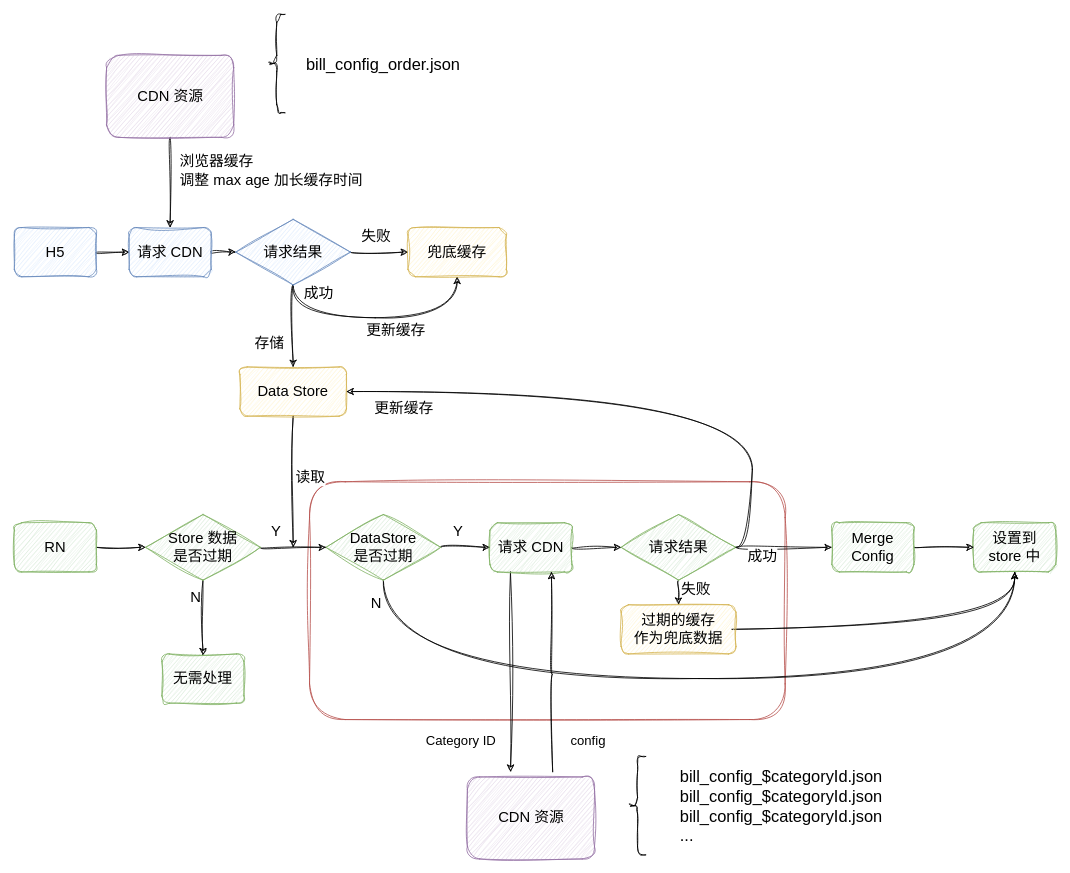
This is page "缓存优化" (10 of 12) of CDN优化.drawio from Darkindom/draw-the-diagrams, a draw.io file, before an edit. Source tidied: cells renumbered, new cells numbered last; positions are measured from the earlier drawing's top-left corner, leaving out a move shared by most shapes. Both pictures are drawn from the tidied source at 82%, with x=0, y=0 at pixel (14, 14).
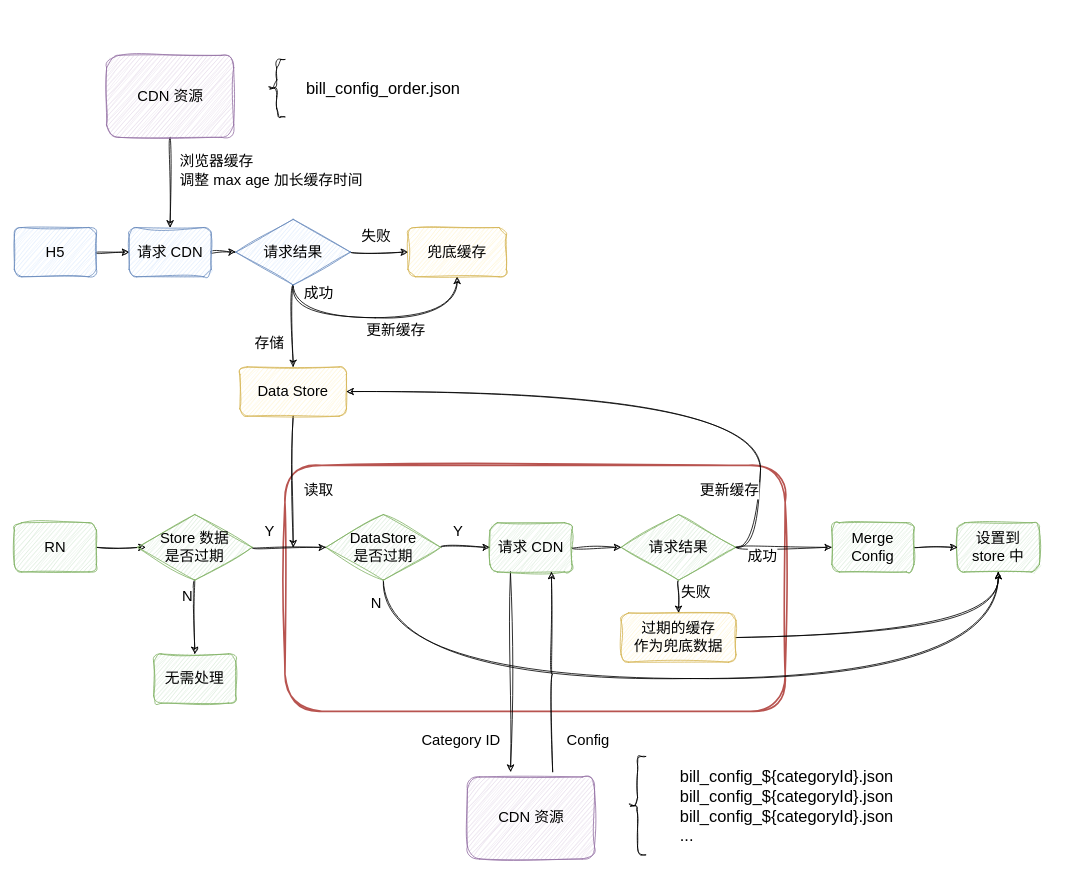
After the change.

Unchanged cells that the change refers to:
```xml
<mxCell id="9" value="DataStore&lt;br style=&quot;font-size: 18px;&quot;&gt;是否过期" style="rhombus;whiteSpace=wrap;html=1;sketch=1;hachureGap=4;jiggle=2;curveFitting=1;fontFamily=手札体-简;fontSize=18;fillColor=#d5e8d4;strokeColor=#82b366;" parent="1" vertex="1">
  <mxGeometry x="380" y="610" width="140" height="80" as="geometry" />
</mxCell>
<mxCell id="14" style="edgeStyle=orthogonalEdgeStyle;shape=connector;curved=1;rounded=0;sketch=1;hachureGap=4;jiggle=2;curveFitting=1;jettySize=auto;html=1;exitX=0.5;exitY=1;exitDx=0;exitDy=0;labelBackgroundColor=default;strokeColor=default;fontFamily=手札体-简;fontSize=18;fontColor=default;endArrow=classic;" parent="1" edge="1" source="16">
  <mxGeometry relative="1" as="geometry">
    <mxPoint x="340" y="650" as="targetPoint" />
  </mxGeometry>
</mxCell>
<mxCell id="16" value="Data Store" style="rounded=1;whiteSpace=wrap;html=1;sketch=1;hachureGap=4;jiggle=2;curveFitting=1;fontFamily=手札体-简;fontSize=18;fillColor=#fff2cc;strokeColor=#d6b656;" parent="1" vertex="1">
  <mxGeometry x="275" y="430" width="130" height="60" as="geometry" />
</mxCell>
<mxCell id="24" value="请求结果" style="rhombus;whiteSpace=wrap;html=1;sketch=1;hachureGap=4;jiggle=2;curveFitting=1;fontFamily=手札体-简;fontSize=18;fillColor=#d5e8d4;strokeColor=#82b366;" parent="1" vertex="1">
  <mxGeometry x="740" y="610" width="140" height="80" as="geometry" />
</mxCell>
```

The edit, as a diff of the source:
```diff
@@
-    <mxCell id="2" style="rounded=1;whiteSpace=wrap;html=1;sketch=1;hachureGap=4;jiggle=2;curveFitting=1;fontFamily=手札体-简;fontSize=18;fillColor=none;strokeColor=#b85450;" parent="1" vertex="1">
-      <mxGeometry x="360" y="570" width="580" height="290" as="geometry" />
+    <mxCell id="2" style="rounded=1;whiteSpace=wrap;html=1;sketch=1;hachureGap=4;jiggle=2;curveFitting=1;fontFamily=手札体-简;fontSize=18;fillColor=none;strokeColor=#b85450;strokeWidth=2;" parent="1" vertex="1">
+      <mxGeometry x="330" y="550" width="610" height="300" as="geometry" />
     </mxCell>
@@
     <mxCell id="7" style="edgeStyle=orthogonalEdgeStyle;shape=connector;curved=1;rounded=0;sketch=1;hachureGap=4;jiggle=2;curveFitting=1;jettySize=auto;html=1;exitX=0.5;exitY=1;exitDx=0;exitDy=0;entryX=0.5;entryY=1;entryDx=0;entryDy=0;labelBackgroundColor=default;strokeColor=default;fontFamily=手札体-简;fontSize=18;fontColor=default;endArrow=classic;" parent="1" edge="1" source="9" target="13">
       <mxGeometry relative="1" as="geometry">
         <Array as="points">
           <mxPoint x="450" y="810" />
-          <mxPoint x="1220" y="810" />
+          <mxPoint x="1200" y="810" />
         </Array>
       </mxGeometry>
     </mxCell>
@@
     <mxCell id="13" value="设置到 store 中" style="rounded=1;whiteSpace=wrap;html=1;sketch=1;hachureGap=4;jiggle=2;curveFitting=1;fontFamily=手札体-简;fontSize=18;fillColor=#d5e8d4;strokeColor=#82b366;" parent="1" vertex="1">
-      <mxGeometry x="1170" y="620" width="100" height="60" as="geometry" />
+      <mxGeometry x="1150" y="620" width="100" height="60" as="geometry" />
     </mxCell>
@@
     <mxCell id="15" value="读取" style="edgeLabel;html=1;align=center;verticalAlign=middle;fontSize=18;fontFamily=手札体-简;fontColor=default;" parent="14" vertex="1">
       <mxGeometry x="-0.08" y="2" relative="1" as="geometry">
-        <mxPoint x="18" as="offset" />
+        <mxPoint x="28" y="16" as="offset" />
       </mxGeometry>
     </mxCell>
@@
-    <mxCell id="20" style="edgeStyle=orthogonalEdgeStyle;shape=connector;curved=1;rounded=0;sketch=1;hachureGap=4;jiggle=2;curveFitting=1;jettySize=auto;html=1;exitX=0.5;exitY=1;exitDx=0;exitDy=0;entryX=0.5;entryY=0;entryDx=0;entryDy=0;labelBackgroundColor=default;strokeColor=default;fontFamily=手札体-简;fontSize=18;fontColor=default;endArrow=classic;" parent="1" edge="1" source="24">
-      <mxGeometry relative="1" as="geometry">
-        <mxPoint x="810" y="720" as="targetPoint" />
-      </mxGeometry>
+    <mxCell id="20" style="edgeStyle=orthogonalEdgeStyle;shape=connector;curved=1;rounded=0;sketch=1;hachureGap=4;jiggle=2;curveFitting=1;jettySize=auto;html=1;exitX=0.5;exitY=1;exitDx=0;exitDy=0;entryX=0.5;entryY=0;entryDx=0;entryDy=0;labelBackgroundColor=default;strokeColor=default;fontFamily=手札体-简;fontSize=18;fontColor=default;endArrow=classic;" parent="1" edge="1" source="24" target="26">
+      <mxGeometry relative="1" as="geometry" />
     </mxCell>
@@
     <mxCell id="22" style="edgeStyle=orthogonalEdgeStyle;shape=connector;curved=1;rounded=0;sketch=1;hachureGap=4;jiggle=2;curveFitting=1;jettySize=auto;html=1;exitX=1;exitY=0.5;exitDx=0;exitDy=0;entryX=1;entryY=0.5;entryDx=0;entryDy=0;labelBackgroundColor=default;strokeColor=default;fontFamily=手札体-简;fontSize=18;fontColor=default;endArrow=classic;" parent="1" edge="1" source="24" target="16">
-      <mxGeometry relative="1" as="geometry" />
+      <mxGeometry relative="1" as="geometry">
+        <Array as="points">
+          <mxPoint x="910" y="650" />
+          <mxPoint x="910" y="460" />
+        </Array>
+      </mxGeometry>
     </mxCell>
     <mxCell id="23" value="更新缓存" style="edgeLabel;html=1;align=center;verticalAlign=middle;fontSize=18;fontFamily=手札体-简;fontColor=default;" parent="22" vertex="1">
       <mxGeometry x="0.83" y="2" relative="1" as="geometry">
-        <mxPoint x="9" y="18" as="offset" />
+        <mxPoint x="404" y="118" as="offset" />
       </mxGeometry>
     </mxCell>
@@
-    <mxCell id="25" style="edgeStyle=orthogonalEdgeStyle;shape=connector;curved=1;rounded=0;sketch=1;hachureGap=4;jiggle=2;curveFitting=1;jettySize=auto;html=1;exitX=1;exitY=0.5;exitDx=0;exitDy=0;entryX=0.5;entryY=1;entryDx=0;entryDy=0;labelBackgroundColor=default;strokeColor=default;fontFamily=手札体-简;fontSize=18;fontColor=default;endArrow=classic;" parent="1" edge="1" target="13">
-      <mxGeometry relative="1" as="geometry">
-        <mxPoint x="875" y="750" as="sourcePoint" />
-      </mxGeometry>
+    <mxCell id="25" style="edgeStyle=orthogonalEdgeStyle;shape=connector;curved=1;rounded=0;sketch=1;hachureGap=4;jiggle=2;curveFitting=1;jettySize=auto;html=1;exitX=1;exitY=0.5;exitDx=0;exitDy=0;entryX=0.5;entryY=1;entryDx=0;entryDy=0;labelBackgroundColor=default;strokeColor=default;fontFamily=手札体-简;fontSize=18;fontColor=default;endArrow=classic;" parent="1" edge="1" source="26" target="13">
+      <mxGeometry relative="1" as="geometry" />
     </mxCell>
     <mxCell id="26" value="过期的缓存&lt;br style=&quot;font-size: 18px;&quot;&gt;作为兜底数据" style="rounded=1;whiteSpace=wrap;html=1;sketch=1;hachureGap=4;jiggle=2;curveFitting=1;fontFamily=手札体-简;fontSize=18;fillColor=#fff2cc;strokeColor=#d6b656;" parent="1" vertex="1">
-      <mxGeometry x="740" y="720" width="140" height="60" as="geometry" />
+      <mxGeometry x="740" y="730" width="140" height="60" as="geometry" />
     </mxCell>
@@
-    <mxCell id="42" style="edgeStyle=orthogonalEdgeStyle;shape=connector;curved=1;rounded=0;sketch=1;hachureGap=4;jiggle=2;curveFitting=1;jettySize=auto;html=1;exitX=0.5;exitY=1;exitDx=0;exitDy=0;labelBackgroundColor=default;strokeColor=default;fontFamily=手札体-简;fontSize=18;fontColor=default;endArrow=classic;" parent="1" edge="1" source="44">
-      <mxGeometry relative="1" as="geometry">
-        <mxPoint x="230" y="781.7" as="targetPoint" />
-      </mxGeometry>
+    <mxCell id="42" style="edgeStyle=orthogonalEdgeStyle;shape=connector;curved=1;rounded=0;sketch=1;hachureGap=4;jiggle=2;curveFitting=1;jettySize=auto;html=1;exitX=0.5;exitY=1;exitDx=0;exitDy=0;labelBackgroundColor=default;strokeColor=default;fontFamily=手札体-简;fontSize=18;fontColor=default;endArrow=classic;entryX=0.5;entryY=0;entryDx=0;entryDy=0;" parent="1" edge="1" source="44" target="45">
+      <mxGeometry relative="1" as="geometry" />
     </mxCell>
@@
     <mxCell id="44" value="Store 数据&lt;br style=&quot;font-size: 18px;&quot;&gt;是否过期" style="rhombus;whiteSpace=wrap;html=1;sketch=1;hachureGap=4;jiggle=2;curveFitting=1;fontFamily=手札体-简;fontSize=18;fillColor=#d5e8d4;strokeColor=#82b366;" parent="1" vertex="1">
-      <mxGeometry x="160" y="610" width="140" height="80" as="geometry" />
+      <mxGeometry x="150" y="610" width="140" height="80" as="geometry" />
     </mxCell>
     <mxCell id="45" value="无需处理" style="rounded=1;whiteSpace=wrap;html=1;sketch=1;hachureGap=4;jiggle=2;curveFitting=1;fontFamily=手札体-简;fontSize=18;fillColor=#d5e8d4;strokeColor=#82b366;" parent="1" vertex="1">
-      <mxGeometry x="180" y="780" width="100" height="60" as="geometry" />
+      <mxGeometry x="170" y="780" width="100" height="60" as="geometry" />
     </mxCell>
@@
     <mxCell id="49" value="bill_config_order.json" style="text;html=1;strokeColor=none;fillColor=none;align=center;verticalAlign=middle;whiteSpace=wrap;rounded=0;fontSize=20;fontFamily=手札体-简;fontColor=default;" parent="1" vertex="1">
-      <mxGeometry x="370" y="45" width="160" height="30" as="geometry" />
+      <mxGeometry x="370" y="75" width="160" height="30" as="geometry" />
     </mxCell>
-    <mxCell id="50" value="bill_config_$categoryId.json&lt;br style=&quot;font-size: 20px;&quot;&gt;bill_config_$categoryId.json&lt;br style=&quot;font-size: 20px;&quot;&gt;bill_config_$categoryId.json&lt;br style=&quot;font-size: 20px;&quot;&gt;..." style="text;html=1;strokeColor=none;fillColor=none;align=left;verticalAlign=middle;whiteSpace=wrap;rounded=0;fontSize=20;fontFamily=手札体-简;fontColor=default;" parent="1" vertex="1">
+    <mxCell id="50" value="bill_config_${categoryId}.json&lt;br style=&quot;font-size: 20px;&quot;&gt;bill_config_${categoryId}.json&lt;br style=&quot;font-size: 20px;&quot;&gt;bill_config_${categoryId}.json&lt;br style=&quot;font-size: 20px;&quot;&gt;..." style="text;html=1;strokeColor=none;fillColor=none;align=left;verticalAlign=middle;whiteSpace=wrap;rounded=0;fontSize=20;fontFamily=手札体-简;fontColor=default;" parent="1" vertex="1">
       <mxGeometry x="810" y="900" width="320" height="130" as="geometry" />
     </mxCell>
@@
     <mxCell id="52" style="shape=curlyBracket;whiteSpace=wrap;html=1;rounded=1;labelPosition=left;verticalLabelPosition=middle;align=right;verticalAlign=middle;sketch=1;hachureGap=4;jiggle=2;curveFitting=1;fontFamily=手札体-简;fontSize=16;fontColor=default;size=0.5;" parent="1" vertex="1">
-      <mxGeometry x="310" width="20" height="120" as="geometry" />
+      <mxGeometry x="310" y="55" width="20" height="70" as="geometry" />
     </mxCell>
-    <mxCell id="53" value="Category ID" style="text;html=1;strokeColor=none;fillColor=none;align=center;verticalAlign=middle;whiteSpace=wrap;rounded=0;fontSize=16;fontFamily=手札体-简;fontColor=default;" parent="1" vertex="1">
+    <mxCell id="53" value="Category ID" style="text;html=1;strokeColor=none;fillColor=none;align=center;verticalAlign=middle;whiteSpace=wrap;rounded=0;fontSize=18;fontFamily=手札体-简;fontColor=default;" parent="1" vertex="1">
       <mxGeometry x="490" y="870" width="110" height="30" as="geometry" />
     </mxCell>
-    <mxCell id="54" value="config" style="text;html=1;strokeColor=none;fillColor=none;align=center;verticalAlign=middle;whiteSpace=wrap;rounded=0;fontSize=16;fontFamily=手札体-简;fontColor=default;" parent="1" vertex="1">
+    <mxCell id="54" value="Config" style="text;html=1;strokeColor=none;fillColor=none;align=center;verticalAlign=middle;whiteSpace=wrap;rounded=0;fontSize=18;fontFamily=手札体-简;fontColor=default;" parent="1" vertex="1">
       <mxGeometry x="660" y="870" width="80" height="30" as="geometry" />
     </mxCell>
```
